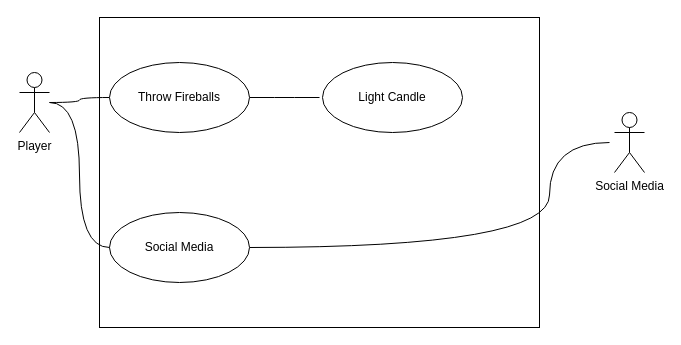
Before: Untitled Diagram.drawio in sunrise858/CISC210Draw, a draw.io diagram. Source tidied: cells renumbered, new cells numbered last; positions are measured from the earlier drawing's top-left corner, leaving out a move shared by most shapes. Both pictures are drawn from the tidied source at 100%, with x=0, y=0 at pixel (19, 17).
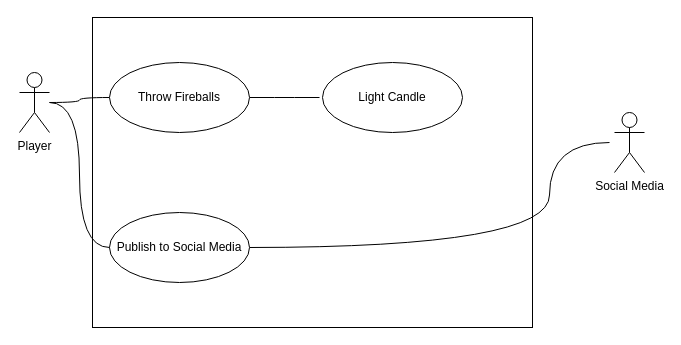
The same page after the edit.

Commit message:
Update Social Media Use Case

Diff of the diagram source:
```diff
@@
 <mxGraphModel>
   <root>
     <mxCell id="0" />
     <mxCell id="1" parent="0" />
     <mxCell id="2" style="rounded=0;whiteSpace=wrap;html=1;" parent="1" vertex="1">
-      <mxGeometry x="80" width="440" height="310" as="geometry" />
+      <mxGeometry x="73" width="440" height="310" as="geometry" />
     </mxCell>
     <mxCell id="3" style="edgeStyle=orthogonalEdgeStyle;jettySize=auto;html=1;endArrow=none;endFill=0;curved=1;" parent="1" edge="1" source="4" target="6">
       <mxGeometry relative="1" as="geometry" />
     </mxCell>
     <mxCell id="4" value="Player" style="shape=umlActor;verticalLabelPosition=bottom;labelBackgroundColor=#ffffff;verticalAlign=top;html=1;" parent="1" vertex="1">
       <mxGeometry y="55" width="30" height="60" as="geometry" />
     </mxCell>
     <mxCell id="5" style="edgeStyle=orthogonalEdgeStyle;jettySize=auto;html=1;endArrow=none;endFill=0;rounded=1;" parent="1" edge="1" source="6">
       <mxGeometry relative="1" as="geometry">
         <mxPoint x="300" y="80" as="targetPoint" />
       </mxGeometry>
     </mxCell>
     <mxCell id="6" value="Throw Fireballs" style="ellipse;whiteSpace=wrap;html=1;" parent="1" vertex="1">
       <mxGeometry x="90" y="45" width="140" height="70" as="geometry" />
     </mxCell>
     <mxCell id="7" style="edgeStyle=orthogonalEdgeStyle;jettySize=auto;html=1;endArrow=none;endFill=0;strokeColor=#000000;curved=1;" parent="1" edge="1" source="8">
       <mxGeometry relative="1" as="geometry">
         <mxPoint x="590" y="125" as="targetPoint" />
         <Array as="points">
           <mxPoint x="530" y="230" />
           <mxPoint x="530" y="125" />
         </Array>
       </mxGeometry>
     </mxCell>
-    <mxCell id="8" value="Social Media" style="ellipse;whiteSpace=wrap;html=1;" parent="1" vertex="1">
+    <mxCell id="8" value="Publish to Social Media" style="ellipse;whiteSpace=wrap;html=1;" parent="1" vertex="1">
       <mxGeometry x="90" y="195" width="140" height="70" as="geometry" />
     </mxCell>
     <mxCell id="9" style="edgeStyle=orthogonalEdgeStyle;jettySize=auto;html=1;entryX=0;entryY=0.5;entryDx=0;entryDy=0;endArrow=none;endFill=0;strokeColor=#000000;curved=1;" parent="1" edge="1" source="4" target="8">
       <mxGeometry relative="1" as="geometry" />
     </mxCell>
     <mxCell id="10" value="Light Candle" style="ellipse;whiteSpace=wrap;html=1;" parent="1" vertex="1">
       <mxGeometry x="303" y="45" width="140" height="70" as="geometry" />
     </mxCell>
     <mxCell id="11" value="Social Media" style="shape=umlActor;verticalLabelPosition=bottom;labelBackgroundColor=#ffffff;verticalAlign=top;html=1;" parent="1" vertex="1">
       <mxGeometry x="595" y="95" width="30" height="60" as="geometry" />
     </mxCell>
   </root>
 </mxGraphModel>
```
